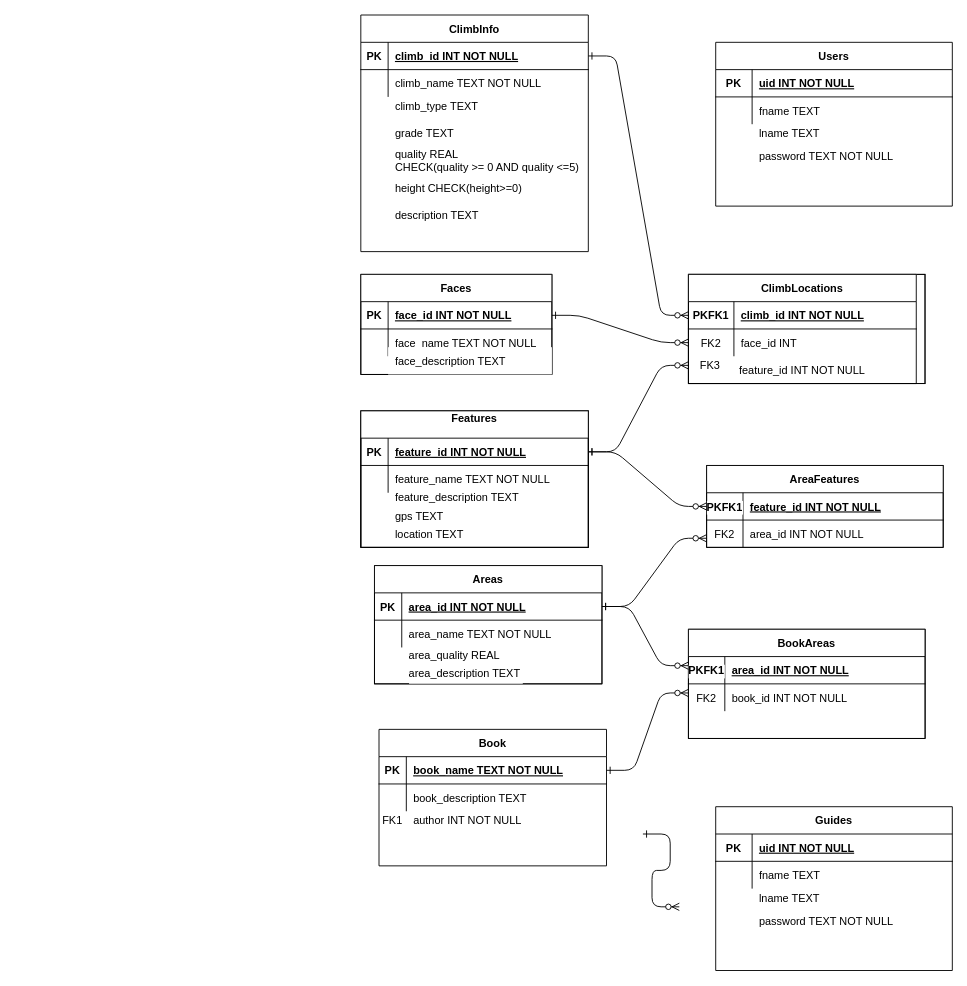
Before: Untitled Diagram.drawio in apc518/penguinboys, a draw.io diagram. Source tidied: cells renumbered, new cells numbered last; positions are measured from the earlier drawing's top-left corner, leaving out a move shared by most shapes. Both pictures are drawn from the tidied source at 91%, with x=0, y=0 at pixel (360, 15).
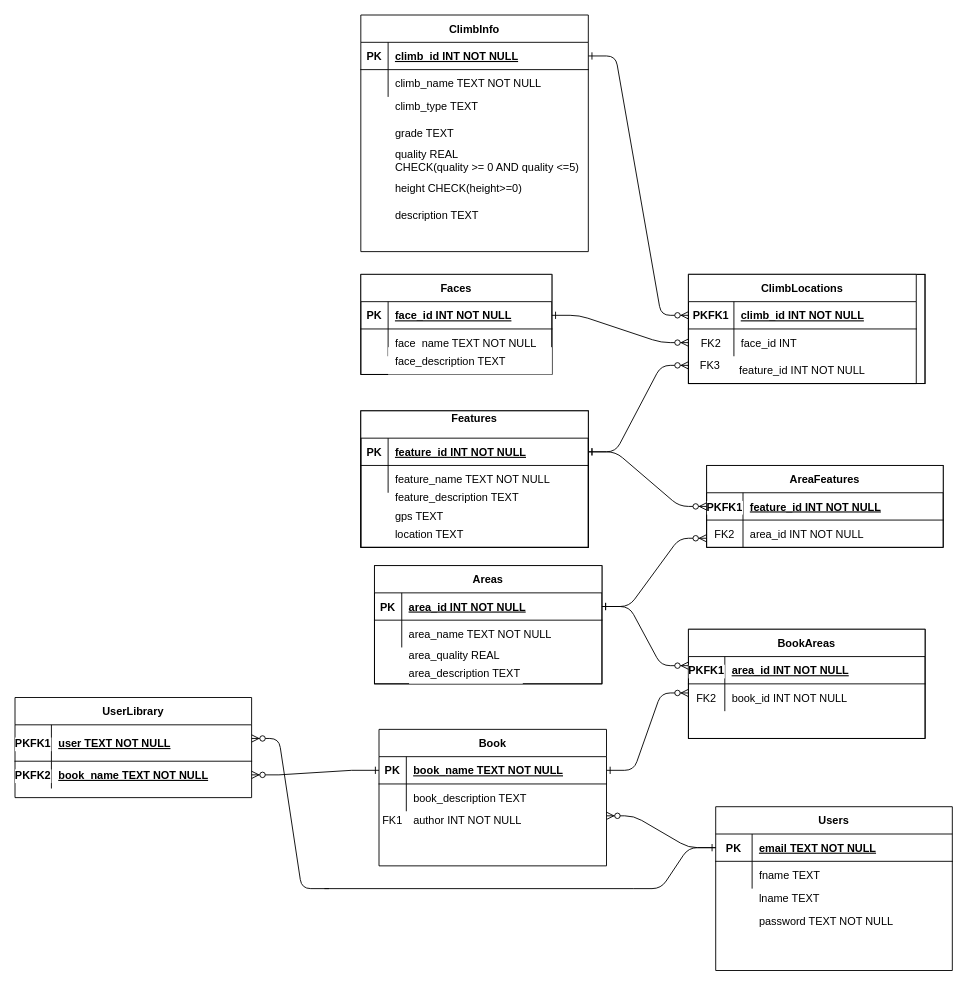
The same diagram, later.

The change refers to these unchanged cells:
```xml
<mxCell id="17" style="shape=partialRectangle;fillColor=none;points=[[0,0.5],[1,0.5]];portConstraint=eastwest;top=0;left=0;right=0;bottom=1;fontColor=default;strokeColor=default;labelBackgroundColor=default;" parent="16" vertex="1">
  <mxGeometry y="30" width="250" height="30" as="geometry" />
</mxCell>
<mxCell id="97" style="shape=partialRectangle;fillColor=none;points=[[0,0.5],[1,0.5]];portConstraint=eastwest;top=0;left=0;right=0;bottom=1;fontColor=default;strokeColor=default;labelBackgroundColor=default;" parent="96" vertex="1">
  <mxGeometry y="30" width="260" height="30" as="geometry" />
</mxCell>
```

Diff of the diagram source:
```diff
@@
-    <mxCell id="87" value="Users" style="shape=table;startSize=30;childLayout=tableLayout;rowLines=0;fontStyle=1;align=center;fontColor=default;fillColor=default;strokeColor=default;labelBackgroundColor=default;" parent="1" vertex="1">
-      <mxGeometry x="390" y="30" width="260" height="180" as="geometry" />
-    </mxCell>
-    <mxCell id="88" style="shape=partialRectangle;fillColor=none;top=0;left=0;right=0;bottom=1;fontColor=default;strokeColor=default;labelBackgroundColor=default;" parent="87" vertex="1">
-      <mxGeometry y="30" width="260" height="30" as="geometry" />
-    </mxCell>
-    <mxCell id="89" value="PK" style="shape=partialRectangle;overflow=hidden;fillColor=none;top=0;left=0;bottom=0;right=0;fontStyle=1;fontColor=default;strokeColor=default;labelBackgroundColor=default;" parent="88" vertex="1">
-      <mxGeometry width="40" height="30" as="geometry" />
-    </mxCell>
-    <mxCell id="90" value="uid INT NOT NULL " style="shape=partialRectangle;overflow=hidden;fillColor=none;top=0;left=0;bottom=0;right=0;align=left;spacingLeft=6;fontStyle=5;fontColor=default;strokeColor=default;labelBackgroundColor=default;" parent="88" vertex="1">
-      <mxGeometry x="40" width="220" height="30" as="geometry" />
-    </mxCell>
-    <mxCell id="91" style="shape=partialRectangle;fillColor=none;top=0;left=0;right=0;bottom=0;strokeColor=default;fontColor=default;labelBackgroundColor=default;" parent="87" vertex="1">
-      <mxGeometry y="60" width="260" height="30" as="geometry" />
-    </mxCell>
-    <mxCell id="92" style="shape=partialRectangle;overflow=hidden;fillColor=none;top=0;left=0;bottom=0;right=0;fontColor=default;strokeColor=default;labelBackgroundColor=default;" parent="91" vertex="1">
-      <mxGeometry width="40" height="30" as="geometry" />
-    </mxCell>
-    <mxCell id="93" value="fname TEXT" style="shape=partialRectangle;overflow=hidden;fillColor=none;top=0;left=0;bottom=0;right=0;align=left;spacingLeft=6;fontColor=default;strokeColor=default;labelBackgroundColor=default;" parent="91" vertex="1">
-      <mxGeometry x="40" width="220" height="30" as="geometry" />
-    </mxCell>
-    <mxCell id="94" value="lname TEXT" style="shape=partialRectangle;overflow=hidden;fillColor=none;top=0;left=0;bottom=0;right=0;align=left;spacingLeft=6;fontColor=default;strokeColor=default;labelBackgroundColor=default;" parent="1" vertex="1">
-      <mxGeometry x="430" y="115" width="220" height="30" as="geometry" />
-    </mxCell>
-    <mxCell id="95" value="password TEXT NOT NULL" style="shape=partialRectangle;overflow=hidden;fillColor=none;top=0;left=0;bottom=0;right=0;align=left;spacingLeft=6;fontColor=default;strokeColor=default;labelBackgroundColor=default;" parent="1" vertex="1">
-      <mxGeometry x="430" y="140" width="220" height="30" as="geometry" />
-    </mxCell>
-    <mxCell id="96" value="Guides" style="shape=table;startSize=30;childLayout=tableLayout;rowLines=0;fontStyle=1;align=center;fontColor=default;fillColor=default;strokeColor=default;labelBackgroundColor=default;" parent="1" vertex="1">
+    <mxCell id="96" value="Users" style="shape=table;startSize=30;childLayout=tableLayout;rowLines=0;fontStyle=1;align=center;fontColor=default;fillColor=default;strokeColor=default;labelBackgroundColor=default;" parent="1" vertex="1">
       <mxGeometry x="390" y="870" width="260" height="180" as="geometry" />
     </mxCell>
@@
-    <mxCell id="99" value="uid INT NOT NULL " style="shape=partialRectangle;overflow=hidden;fillColor=none;top=0;left=0;bottom=0;right=0;align=left;spacingLeft=6;fontStyle=5;fontColor=default;strokeColor=default;labelBackgroundColor=default;" parent="97" vertex="1">
+    <mxCell id="99" value="email TEXT NOT NULL " style="shape=partialRectangle;overflow=hidden;fillColor=none;top=0;left=0;bottom=0;right=0;align=left;spacingLeft=6;fontStyle=5;fontColor=default;strokeColor=default;labelBackgroundColor=default;" parent="97" vertex="1">
       <mxGeometry x="40" width="220" height="30" as="geometry" />
     </mxCell>
@@
-    <mxCell id="105" style="endArrow=ERzeroToMany;startArrow=ERone;endFill=1;startFill=0;strokeColor=default;labelBackgroundColor=default;fontColor=default;edgeStyle=entityRelationEdgeStyle;" parent="1" edge="1">
+    <mxCell id="105" style="endArrow=ERone;startArrow=ERzeroToMany;endFill=0;startFill=1;strokeColor=default;labelBackgroundColor=default;fontColor=default;edgeStyle=entityRelationEdgeStyle;entryX=0;entryY=0.5;entryDx=0;entryDy=0;" parent="1" edge="1" target="97">
       <mxGeometry relative="1" as="geometry">
-        <mxPoint x="310" y="900" as="sourcePoint" />
-        <mxPoint x="350" y="980" as="targetPoint" />
+        <mxPoint x="270" y="880" as="sourcePoint" />
       </mxGeometry>
     </mxCell>
@@
+    <mxCell id="108" value="UserLibrary" style="shape=table;startSize=30;childLayout=tableLayout;rowLines=0;fontStyle=1;align=center;fontColor=default;fillColor=default;strokeColor=default;labelBackgroundColor=default;" parent="1" vertex="1">
+      <mxGeometry x="-380" y="750" width="260" height="110" as="geometry" />
+    </mxCell>
+    <mxCell id="109" style="shape=partialRectangle;fillColor=none;top=0;left=0;right=0;bottom=1;fontColor=default;strokeColor=default;labelBackgroundColor=default;" parent="108" vertex="1">
+      <mxGeometry y="30" width="260" height="40" as="geometry" />
+    </mxCell>
+    <mxCell id="110" value="PKFK1" style="shape=partialRectangle;overflow=hidden;fillColor=none;top=0;left=0;bottom=0;right=0;fontStyle=1;fontColor=default;strokeColor=default;labelBackgroundColor=default;" parent="109" vertex="1">
+      <mxGeometry width="40" height="40" as="geometry" />
+    </mxCell>
+    <mxCell id="111" value="user TEXT NOT NULL " style="shape=partialRectangle;overflow=hidden;fillColor=none;top=0;left=0;bottom=0;right=0;align=left;spacingLeft=6;fontStyle=5;fontColor=default;strokeColor=default;labelBackgroundColor=default;" parent="109" vertex="1">
+      <mxGeometry x="40" width="220" height="40" as="geometry" />
+    </mxCell>
+    <mxCell id="112" style="shape=partialRectangle;fillColor=none;points=[[0,0.5],[1,0.5]];portConstraint=eastwest;top=0;left=0;right=0;bottom=0;strokeColor=default;fontColor=default;labelBackgroundColor=default;" parent="108" vertex="1">
+      <mxGeometry y="70" width="260" height="30" as="geometry" />
+    </mxCell>
+    <mxCell id="113" value="PKFK2" style="shape=partialRectangle;overflow=hidden;fillColor=none;top=0;left=0;bottom=0;right=0;fontColor=default;strokeColor=default;labelBackgroundColor=default;fontStyle=1;" parent="112" vertex="1">
+      <mxGeometry width="40" height="30" as="geometry" />
+    </mxCell>
+    <mxCell id="114" value="book_name TEXT NOT NULL" style="shape=partialRectangle;overflow=hidden;fillColor=none;top=0;left=0;bottom=0;right=0;align=left;spacingLeft=6;fontColor=default;strokeColor=default;labelBackgroundColor=default;fontStyle=5;" parent="112" vertex="1">
+      <mxGeometry x="40" width="220" height="30" as="geometry" />
+    </mxCell>
+    <mxCell id="115" style="endArrow=none;startArrow=ERzeroToMany;endFill=0;startFill=1;strokeColor=default;labelBackgroundColor=default;fontColor=default;edgeStyle=entityRelationEdgeStyle;" parent="1" edge="1">
+      <mxGeometry relative="1" as="geometry">
+        <mxPoint x="-120" y="795" as="sourcePoint" />
+        <mxPoint x="-35" y="960" as="targetPoint" />
+      </mxGeometry>
+    </mxCell>
+    <mxCell id="116" style="edgeStyle=entityRelationEdgeStyle;rounded=0;jettySize=auto;html=1;exitX=1;exitY=0.5;exitDx=0;exitDy=0;labelBackgroundColor=default;fontColor=default;startArrow=ERzeroToMany;startFill=1;endArrow=ERone;endFill=0;strokeColor=default;entryX=0;entryY=0.5;entryDx=0;entryDy=0;" parent="1" edge="1" source="112" target="17">
+      <mxGeometry relative="1" as="geometry" />
+    </mxCell>
+    <mxCell id="117" style="endArrow=none;html=1;rounded=0;labelBackgroundColor=default;fontColor=default;strokeColor=default;" parent="1" edge="1">
+      <mxGeometry relative="1" as="geometry">
+        <mxPoint x="300" y="960" as="sourcePoint" />
+        <mxPoint x="-40" y="960" as="targetPoint" />
+      </mxGeometry>
+    </mxCell>
+    <mxCell id="118" style="endArrow=none;html=1;rounded=1;labelBackgroundColor=default;fontColor=default;strokeColor=default;edgeStyle=entityRelationEdgeStyle;entryX=0;entryY=0.5;entryDx=0;entryDy=0;" parent="1" edge="1" target="97">
+      <mxGeometry relative="1" as="geometry">
+        <mxPoint x="300" y="960" as="sourcePoint" />
+      </mxGeometry>
+    </mxCell>
```
